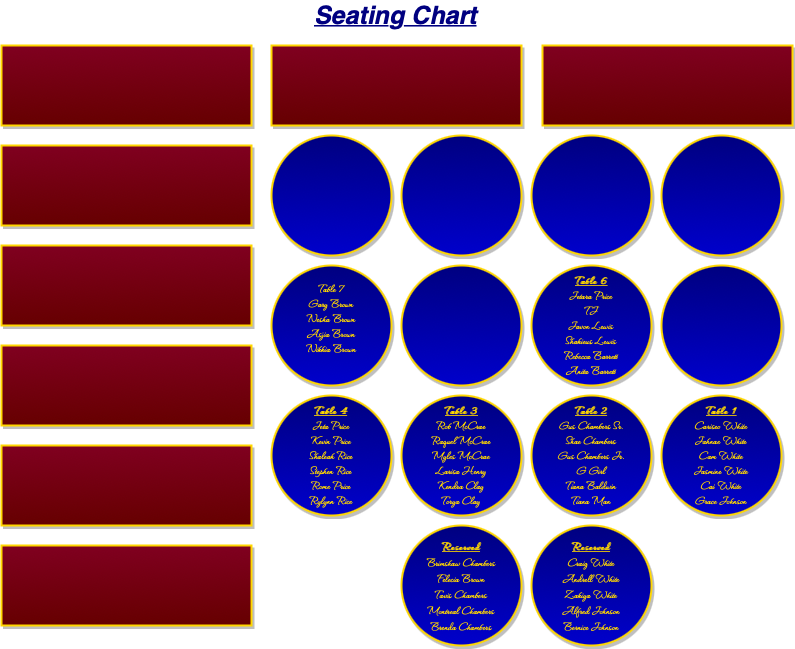
This is Seating Chart 2.drawio.png from Dmchambers491/Dmchambers491.github.io, a draw.io export, as it was before one commit. Source tidied: cells renumbered, new cells last; positions are measured from the earlier drawing's top-left corner, leaving out a move shared by most shapes.
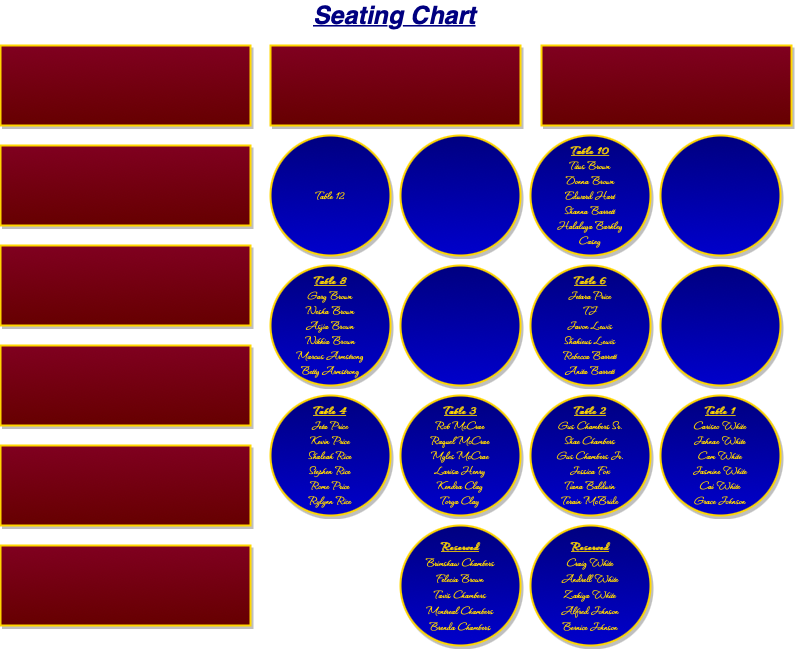
After the commit.

What changed in the source:
```diff
@@ -26,19 +26,19 @@
     <mxCell id="9" style="rounded=0;whiteSpace=wrap;html=1;strokeWidth=2;strokeColor=#FFD700;shadow=1;fillColor=#800020;gradientColor=#660000;" parent="1" vertex="1">
       <mxGeometry x="541" y="40" width="250" height="80" as="geometry" />
     </mxCell>
-    <mxCell id="10" style="ellipse;whiteSpace=wrap;html=1;strokeWidth=2;strokeColor=#FFD700;sketch=0;shadow=1;fillColor=#000080;gradientColor=#0000CC;fontColor=#FFD700;fontFamily=Waterfall;fontSource=https%3A%2F%2Ffonts.googleapis.com%2Fcss%3Ffamily%3DWaterfall;fontSize=13;" parent="1" vertex="1">
+    <mxCell id="10" value="Table 12&lt;br&gt;" style="ellipse;whiteSpace=wrap;html=1;strokeWidth=2;strokeColor=#FFD700;sketch=0;shadow=1;fillColor=#000080;gradientColor=#0000CC;fontColor=#FFD700;fontFamily=Waterfall;fontSource=https%3A%2F%2Ffonts.googleapis.com%2Fcss%3Ffamily%3DWaterfall;fontSize=13;" parent="1" vertex="1">
       <mxGeometry x="270" y="130" width="120" height="120" as="geometry" />
     </mxCell>
     <mxCell id="11" style="ellipse;whiteSpace=wrap;html=1;strokeWidth=2;strokeColor=#FFD700;shadow=1;fillColor=#000080;gradientColor=#0000CC;fontColor=#FFD700;fontFamily=Waterfall;fontSource=https%3A%2F%2Ffonts.googleapis.com%2Fcss%3Ffamily%3DWaterfall;fontSize=13;" parent="1" vertex="1">
       <mxGeometry x="400" y="130" width="120" height="120" as="geometry" />
     </mxCell>
-    <mxCell id="12" style="ellipse;whiteSpace=wrap;html=1;strokeWidth=2;strokeColor=#FFD700;shadow=1;fillColor=#000080;gradientColor=#0000CC;fontColor=#FFD700;fontFamily=Waterfall;fontSource=https%3A%2F%2Ffonts.googleapis.com%2Fcss%3Ffamily%3DWaterfall;fontSize=13;" parent="1" vertex="1">
+    <mxCell id="12" value="&lt;b&gt;&lt;u&gt;Table 10&lt;br&gt;&lt;/u&gt;&lt;/b&gt;Titus Brown&lt;br&gt;Donna Brown&lt;br&gt;Edward Hart&lt;br&gt;Shanna Barrett&lt;br&gt;Halaluya Barkley&lt;br&gt;Casey" style="ellipse;whiteSpace=wrap;html=1;strokeWidth=2;strokeColor=#FFD700;shadow=1;fillColor=#000080;gradientColor=#0000CC;fontColor=#FFD700;fontFamily=Waterfall;fontSource=https%3A%2F%2Ffonts.googleapis.com%2Fcss%3Ffamily%3DWaterfall;fontSize=13;" parent="1" vertex="1">
       <mxGeometry x="530" y="130" width="120" height="120" as="geometry" />
     </mxCell>
     <mxCell id="13" style="ellipse;whiteSpace=wrap;html=1;strokeWidth=2;strokeColor=#FFD700;shadow=1;fillColor=#000080;gradientColor=#0000CC;fontColor=#FFD700;fontFamily=Waterfall;fontSource=https%3A%2F%2Ffonts.googleapis.com%2Fcss%3Ffamily%3DWaterfall;fontSize=13;" parent="1" vertex="1">
       <mxGeometry x="660" y="130" width="120" height="120" as="geometry" />
     </mxCell>
-    <mxCell id="14" value="&lt;font style=&quot;font-size: 13px;&quot;&gt;Table 7&lt;br style=&quot;font-size: 13px;&quot;&gt;Gary Brown&lt;br style=&quot;font-size: 13px;&quot;&gt;Nesha Brown&lt;br style=&quot;font-size: 13px;&quot;&gt;Asjia Brown&lt;br style=&quot;font-size: 13px;&quot;&gt;Nikkia Brown&lt;br style=&quot;font-size: 13px;&quot;&gt;&lt;br style=&quot;font-size: 13px;&quot;&gt;&lt;/font&gt;" style="ellipse;whiteSpace=wrap;html=1;strokeWidth=2;strokeColor=#FFD700;shadow=1;fillColor=#000080;gradientColor=#0000CC;fontColor=#FFD700;fontFamily=Waterfall;fontSource=https%3A%2F%2Ffonts.googleapis.com%2Fcss%3Ffamily%3DWaterfall;fontSize=13;" parent="1" vertex="1">
+    <mxCell id="14" value="&lt;font style=&quot;font-size: 13px&quot;&gt;&lt;b&gt;&lt;u&gt;Table 8&lt;br style=&quot;font-size: 13px&quot;&gt;&lt;/u&gt;&lt;/b&gt;Gary Brown&lt;br style=&quot;font-size: 13px&quot;&gt;Nesha Brown&lt;br style=&quot;font-size: 13px&quot;&gt;Asjia Brown&lt;br style=&quot;font-size: 13px&quot;&gt;Nikkia Brown&lt;br style=&quot;font-size: 13px&quot;&gt;Marcus Armstrong&lt;br&gt;Betty Armstrong&lt;br style=&quot;font-size: 13px&quot;&gt;&lt;/font&gt;" style="ellipse;whiteSpace=wrap;html=1;strokeWidth=2;strokeColor=#FFD700;shadow=1;fillColor=#000080;gradientColor=#0000CC;fontColor=#FFD700;fontFamily=Waterfall;fontSource=https%3A%2F%2Ffonts.googleapis.com%2Fcss%3Ffamily%3DWaterfall;fontSize=13;" parent="1" vertex="1">
       <mxGeometry x="270" y="260" width="120" height="120" as="geometry" />
     </mxCell>
     <mxCell id="15" style="ellipse;whiteSpace=wrap;html=1;strokeWidth=2;strokeColor=#FFD700;shadow=1;fillColor=#000080;gradientColor=#0000CC;fontColor=#FFD700;fontFamily=Waterfall;fontSource=https%3A%2F%2Ffonts.googleapis.com%2Fcss%3Ffamily%3DWaterfall;fontSize=13;" parent="1" vertex="1">
@@ -56,7 +56,7 @@
     <mxCell id="19" value="&lt;font style=&quot;font-size: 13px;&quot;&gt;&lt;b style=&quot;font-size: 13px;&quot;&gt;&lt;u style=&quot;font-size: 13px;&quot;&gt;Table 3&lt;br style=&quot;font-size: 13px;&quot;&gt;&lt;/u&gt;&lt;/b&gt;Rob McCrae&lt;br style=&quot;font-size: 13px;&quot;&gt;Raquel McCrae&lt;br style=&quot;font-size: 13px;&quot;&gt;Myles McCrae&lt;br style=&quot;font-size: 13px;&quot;&gt;Larisa Henry&lt;br style=&quot;font-size: 13px;&quot;&gt;Kendra Clay&lt;br style=&quot;font-size: 13px;&quot;&gt;Torya Clay&lt;br style=&quot;font-size: 13px;&quot;&gt;&lt;/font&gt;" style="ellipse;whiteSpace=wrap;html=1;strokeWidth=2;strokeColor=#FFD700;shadow=1;fillColor=#000080;gradientColor=#0000CC;fontColor=#FFD700;fontFamily=Waterfall;fontSource=https%3A%2F%2Ffonts.googleapis.com%2Fcss%3Ffamily%3DWaterfall;fontSize=13;" parent="1" vertex="1">
       <mxGeometry x="400" y="390" width="120" height="120" as="geometry" />
     </mxCell>
-    <mxCell id="20" value="&lt;font style=&quot;font-size: 13px;&quot;&gt;&lt;b style=&quot;font-size: 13px;&quot;&gt;&lt;u style=&quot;font-size: 13px;&quot;&gt;Table 2&lt;br style=&quot;font-size: 13px;&quot;&gt;&lt;/u&gt;&lt;/b&gt;Gus Chambers Sr.&lt;br style=&quot;font-size: 13px;&quot;&gt;Shae Chambers&lt;br style=&quot;font-size: 13px;&quot;&gt;Gus Chambers Jr.&lt;br style=&quot;font-size: 13px;&quot;&gt;G Girl&lt;br style=&quot;font-size: 13px;&quot;&gt;Tiana Baldwin&lt;br style=&quot;font-size: 13px;&quot;&gt;Tiana Man&lt;br style=&quot;font-size: 13px;&quot;&gt;&lt;/font&gt;" style="ellipse;whiteSpace=wrap;html=1;strokeWidth=2;strokeColor=#FFD700;shadow=1;fillColor=#000080;gradientColor=#0000CC;fontColor=#FFD700;fontFamily=Waterfall;fontSource=https%3A%2F%2Ffonts.googleapis.com%2Fcss%3Ffamily%3DWaterfall;fontSize=13;" parent="1" vertex="1">
+    <mxCell id="20" value="&lt;font style=&quot;font-size: 13px&quot;&gt;&lt;b style=&quot;font-size: 13px&quot;&gt;&lt;u style=&quot;font-size: 13px&quot;&gt;Table 2&lt;br style=&quot;font-size: 13px&quot;&gt;&lt;/u&gt;&lt;/b&gt;Gus Chambers Sr.&lt;br style=&quot;font-size: 13px&quot;&gt;Shae Chambers&lt;br style=&quot;font-size: 13px&quot;&gt;Gus Chambers Jr.&lt;br style=&quot;font-size: 13px&quot;&gt;Jessica Fox&lt;br style=&quot;font-size: 13px&quot;&gt;Tiana Baldwin&lt;br style=&quot;font-size: 13px&quot;&gt;Terain McBride&lt;br style=&quot;font-size: 13px&quot;&gt;&lt;/font&gt;" style="ellipse;whiteSpace=wrap;html=1;strokeWidth=2;strokeColor=#FFD700;shadow=1;fillColor=#000080;gradientColor=#0000CC;fontColor=#FFD700;fontFamily=Waterfall;fontSource=https%3A%2F%2Ffonts.googleapis.com%2Fcss%3Ffamily%3DWaterfall;fontSize=13;" parent="1" vertex="1">
       <mxGeometry x="530" y="390" width="120" height="120" as="geometry" />
     </mxCell>
     <mxCell id="21" value="&lt;font style=&quot;font-size: 13px;&quot;&gt;&lt;b style=&quot;font-size: 13px;&quot;&gt;&lt;u style=&quot;font-size: 13px;&quot;&gt;Table 1&lt;br style=&quot;font-size: 13px;&quot;&gt;&lt;/u&gt;&lt;/b&gt;Cariseo White&lt;br style=&quot;font-size: 13px;&quot;&gt;Jahnae White&lt;br style=&quot;font-size: 13px;&quot;&gt;Cam White&lt;br style=&quot;font-size: 13px;&quot;&gt;Jasmine White&lt;br style=&quot;font-size: 13px;&quot;&gt;Cai White&lt;br style=&quot;font-size: 13px;&quot;&gt;Grace Johnson&lt;br style=&quot;font-size: 13px;&quot;&gt;&lt;/font&gt;" style="ellipse;whiteSpace=wrap;html=1;strokeWidth=2;strokeColor=#FFD700;shadow=1;fillColor=#000080;gradientColor=#0000CC;fontColor=#FFD700;fontFamily=Waterfall;fontSource=https%3A%2F%2Ffonts.googleapis.com%2Fcss%3Ffamily%3DWaterfall;fontSize=13;" parent="1" vertex="1">
```
